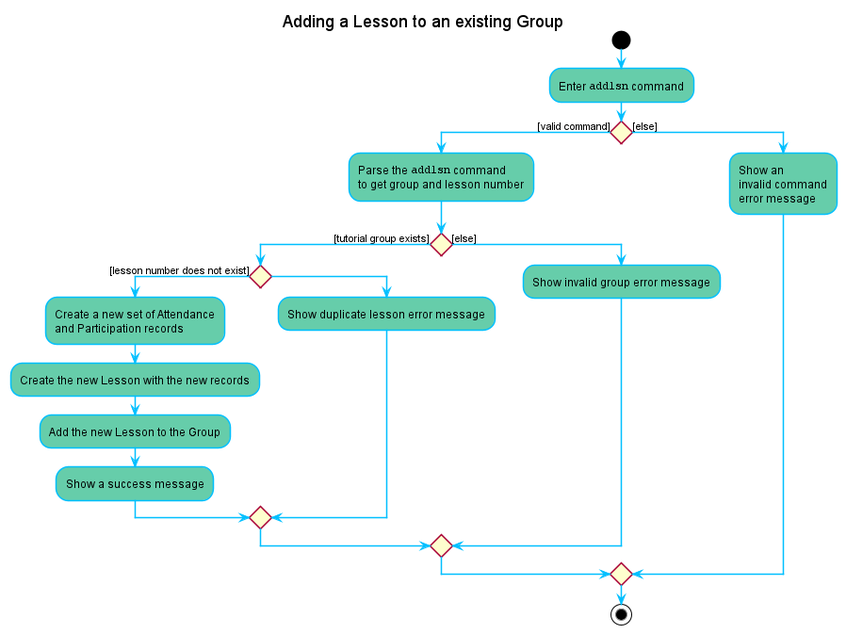
Before: docs/images/developerGuide/AddLsnDiagram.png, a diagram exported from PlantUML (xinyee20/tp). Its source is kept beside it as docs/diagrams/AddLsnDiagram.puml.
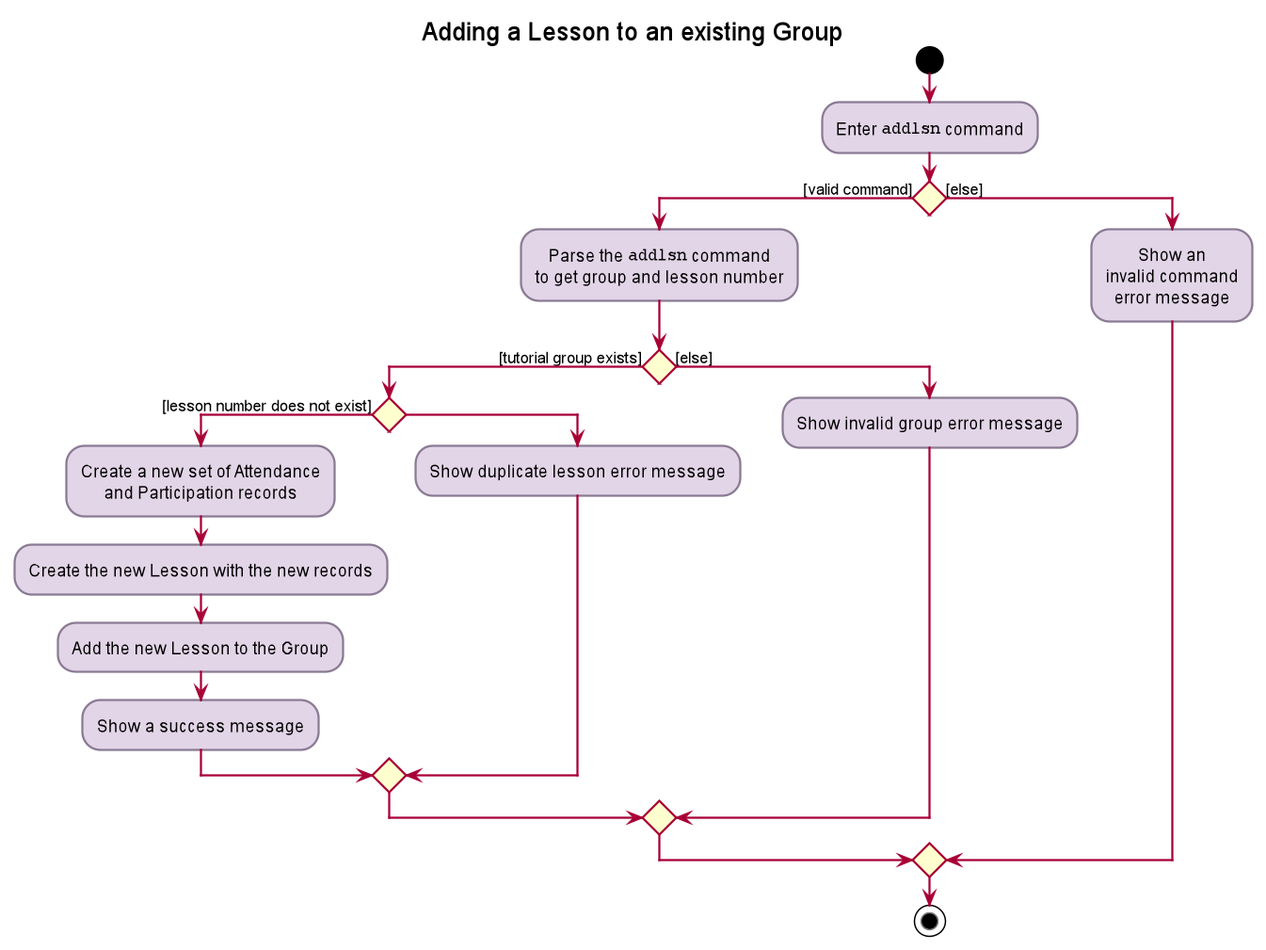
After the change.

Commit message:
Update the activity diagram colors

Diff of the diagram source:
```diff
@@ -1,12 +1,7 @@
 @startuml
 
-skinparam activity {
-ArrowColor DeepSkyBlue
-BorderColor DeepSkyBlue
-BackgroundColor MediumAquaMarine
-BarColor DodgerBlue
-}
-skinparam shadowing false
+!include ./style.puml
+
 start
 
 title Adding a Lesson to an existing Group
```
